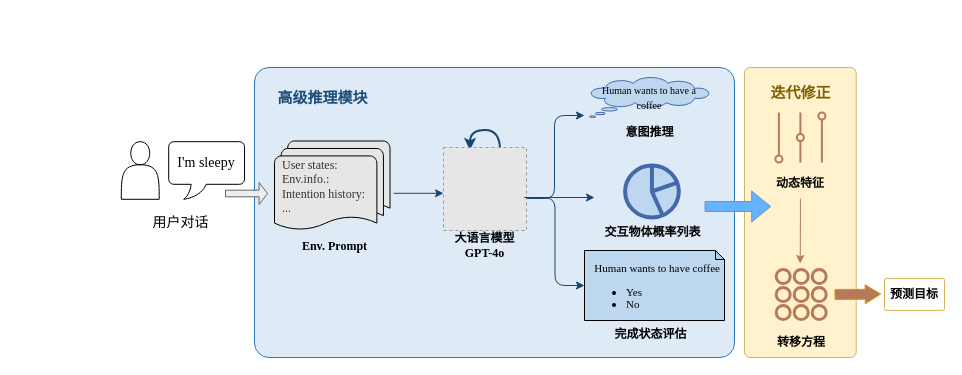
Rinco1018/project_test keeps this draw.io diagram as 去掉低级推理模块.drawio. Above is the earlier version. Source tidied: cells renumbered, new cells numbered last; positions are measured from the earlier drawing's top-left corner, leaving out a move shared by most shapes. Both pictures are drawn from the tidied source at 100%, with x=0, y=0 at pixel (17, 17). Pictures stored in the file or linked from it are replaced by grey dashed boxes.
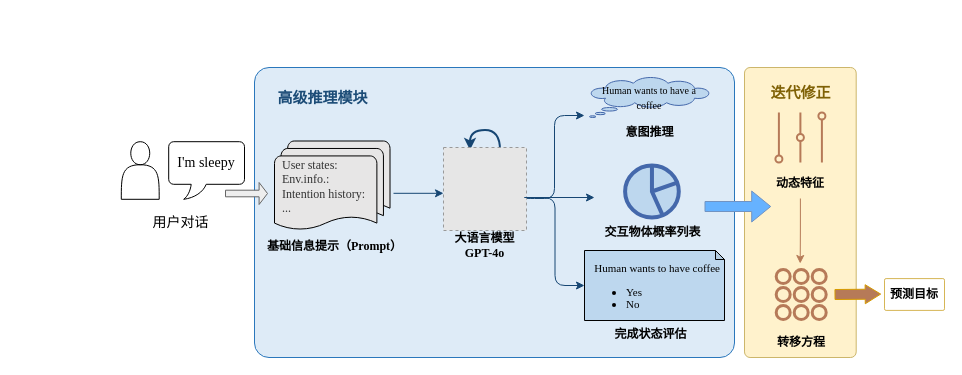
Above is the later version.

Commit message (it also covers changes not shown here):
更新去掉低级推理模块.drawio

Change to the diagram source:
```diff
@@
     <mxCell id="10" style="group;align=left;" parent="1" vertex="1">
-      <mxGeometry x="267" y="103.5" width="115.5" height="145" as="geometry" />
+      <mxGeometry x="267" y="103.5" width="130" height="145" as="geometry" />
     </mxCell>
-    <mxCell id="11" value="&lt;b&gt;&lt;font face=&quot;Times New Roman&quot;&gt;Env. Prompt&lt;/font&gt;&lt;/b&gt;" style="text;html=1;align=center;verticalAlign=middle;strokeColor=none;fillColor=none;" parent="10" vertex="1">
-      <mxGeometry x="5" y="110" width="90" height="30" as="geometry" />
+    <mxCell id="11" value="&lt;b&gt;&lt;font face=&quot;Times New Roman&quot;&gt;基础信息提示（Prompt）&lt;/font&gt;&lt;/b&gt;" style="text;html=1;align=center;verticalAlign=middle;strokeColor=none;fillColor=none;" parent="10" vertex="1">
+      <mxGeometry x="-30" y="110" width="160" height="30" as="geometry" />
     </mxCell>
```
